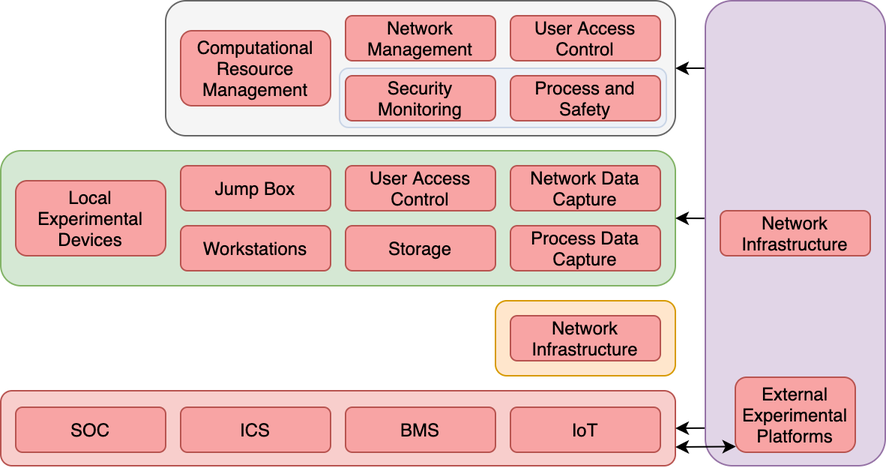
Before: model-breakdown.png, a diagram exported from draw.io (lancaster-ics-testbed/lancaster-ics-testbed.github.io). Source tidied: cells renumbered, new cells last; positions are measured from the earlier drawing's top-left corner, leaving out a move shared by most shapes. The source it was exported from:
```xml
<mxGraphModel>
  <root>
    <mxCell id="0" />
    <mxCell id="1" parent="0" />
    <mxCell id="2" style="rounded=1;whiteSpace=wrap;html=1;fillColor=#f8cecc;strokeColor=#b85450;" parent="1" vertex="1">
      <mxGeometry y="260" width="450" height="50" as="geometry" />
    </mxCell>
    <mxCell id="3" style="rounded=1;whiteSpace=wrap;html=1;fillColor=#f5f5f5;strokeColor=#666666;fontColor=#333333;" parent="1" vertex="1">
      <mxGeometry x="110" width="340" height="90" as="geometry" />
    </mxCell>
    <mxCell id="4" style="rounded=1;whiteSpace=wrap;html=1;fillColor=#dae8fc;strokeColor=#6c8ebf;opacity=30;align=left;" parent="1" vertex="1">
      <mxGeometry x="226" y="45" width="218" height="39.5" as="geometry" />
    </mxCell>
    <mxCell id="5" style="rounded=1;whiteSpace=wrap;html=1;fillColor=#e1d5e7;strokeColor=#9673a6;" parent="1" vertex="1">
      <mxGeometry x="470" width="120" height="310" as="geometry" />
    </mxCell>
    <mxCell id="6" style="rounded=1;whiteSpace=wrap;html=1;fillColor=#d5e8d4;strokeColor=#82b366;" parent="1" vertex="1">
      <mxGeometry y="100" width="450" height="90" as="geometry" />
    </mxCell>
    <mxCell id="7" style="rounded=1;whiteSpace=wrap;html=1;fillColor=#ffe6cc;strokeColor=#d79b00;" parent="1" vertex="1">
      <mxGeometry x="330" y="200" width="120" height="50" as="geometry" />
    </mxCell>
    <mxCell id="8" value="&lt;div&gt;External&lt;/div&gt;&lt;div&gt;Experimental&lt;/div&gt;&lt;div&gt;Platforms&lt;br&gt;&lt;/div&gt;" style="rounded=1;whiteSpace=wrap;html=1;fillColor=#F8A4A4;strokeColor=#b85450;" parent="1" vertex="1">
      <mxGeometry x="490" y="251" width="80" height="50" as="geometry" />
    </mxCell>
    <mxCell id="9" value="&lt;div&gt;User Access Control&lt;/div&gt;" style="rounded=1;whiteSpace=wrap;html=1;fillColor=#F8A4A4;strokeColor=#b85450;gradientDirection=east;glass=0;comic=0;shadow=0;" parent="1" vertex="1">
      <mxGeometry x="340" y="10" width="100" height="30" as="geometry" />
    </mxCell>
    <mxCell id="10" value="&lt;div&gt;Network&lt;br&gt;&lt;/div&gt;&lt;div&gt;Management&lt;br&gt;&lt;/div&gt;" style="rounded=1;whiteSpace=wrap;html=1;fillColor=#F8A4A4;strokeColor=#b85450;gradientDirection=east;glass=0;comic=0;shadow=0;" parent="1" vertex="1">
      <mxGeometry x="230" y="10" width="100" height="30" as="geometry" />
    </mxCell>
    <mxCell id="11" value="Security Monitoring" style="rounded=1;whiteSpace=wrap;html=1;fillColor=#F8A4A4;strokeColor=#b85450;gradientDirection=east;glass=0;comic=0;shadow=0;" parent="1" vertex="1">
      <mxGeometry x="230" y="50" width="100" height="30" as="geometry" />
    </mxCell>
    <mxCell id="12" value="&lt;div&gt;Process and&lt;/div&gt;&lt;div&gt;Safety&lt;br&gt;&lt;/div&gt;" style="rounded=1;whiteSpace=wrap;html=1;fillColor=#F8A4A4;strokeColor=#b85450;gradientDirection=east;glass=0;comic=0;shadow=0;" parent="1" vertex="1">
      <mxGeometry x="340" y="50" width="100" height="30" as="geometry" />
    </mxCell>
    <mxCell id="13" value="Local Experimental Devices" style="rounded=1;whiteSpace=wrap;html=1;fillColor=#F8A4A4;strokeColor=#b85450;gradientDirection=east;glass=0;comic=0;shadow=0;" parent="1" vertex="1">
      <mxGeometry x="10" y="120" width="100" height="50" as="geometry" />
    </mxCell>
    <mxCell id="14" value="Jump Box" style="rounded=1;whiteSpace=wrap;html=1;fillColor=#F8A4A4;strokeColor=#b85450;gradientDirection=east;glass=0;comic=0;shadow=0;" parent="1" vertex="1">
      <mxGeometry x="120" y="110" width="100" height="30" as="geometry" />
    </mxCell>
    <mxCell id="15" value="Process Data Capture" style="rounded=1;whiteSpace=wrap;html=1;fillColor=#F8A4A4;strokeColor=#b85450;gradientDirection=east;glass=0;comic=0;shadow=0;" parent="1" vertex="1">
      <mxGeometry x="340" y="150" width="100" height="30" as="geometry" />
    </mxCell>
    <mxCell id="16" value="&lt;div&gt;Network Data Capture&lt;br&gt;&lt;/div&gt;" style="rounded=1;whiteSpace=wrap;html=1;fillColor=#F8A4A4;strokeColor=#b85450;gradientDirection=east;glass=0;comic=0;shadow=0;" parent="1" vertex="1">
      <mxGeometry x="340" y="110" width="100" height="30" as="geometry" />
    </mxCell>
    <mxCell id="17" value="Storage" style="rounded=1;whiteSpace=wrap;html=1;fillColor=#F8A4A4;strokeColor=#b85450;gradientDirection=east;glass=0;comic=0;shadow=0;" parent="1" vertex="1">
      <mxGeometry x="230" y="150" width="100" height="30" as="geometry" />
    </mxCell>
    <mxCell id="18" value="Workstations" style="rounded=1;whiteSpace=wrap;html=1;fillColor=#F8A4A4;strokeColor=#b85450;gradientDirection=east;glass=0;comic=0;shadow=0;" parent="1" vertex="1">
      <mxGeometry x="120" y="150" width="100" height="30" as="geometry" />
    </mxCell>
    <mxCell id="19" value="User Access Control" style="rounded=1;whiteSpace=wrap;html=1;fillColor=#F8A4A4;strokeColor=#b85450;gradientDirection=east;glass=0;comic=0;shadow=0;" parent="1" vertex="1">
      <mxGeometry x="230" y="110" width="100" height="30" as="geometry" />
    </mxCell>
    <mxCell id="20" value="Network Infrastructure" style="rounded=1;whiteSpace=wrap;html=1;fillColor=#F8A4A4;strokeColor=#b85450;gradientDirection=east;glass=0;comic=0;shadow=0;" parent="1" vertex="1">
      <mxGeometry x="340" y="210" width="100" height="30" as="geometry" />
    </mxCell>
    <mxCell id="21" value="SOC" style="rounded=1;whiteSpace=wrap;html=1;fillColor=#F8A4A4;strokeColor=#b85450;gradientDirection=east;glass=0;comic=0;shadow=0;" parent="1" vertex="1">
      <mxGeometry x="10" y="271" width="100" height="30" as="geometry" />
    </mxCell>
    <mxCell id="22" value="ICS" style="rounded=1;whiteSpace=wrap;html=1;fillColor=#F8A4A4;strokeColor=#b85450;gradientDirection=east;glass=0;comic=0;shadow=0;" parent="1" vertex="1">
      <mxGeometry x="120" y="271" width="100" height="30" as="geometry" />
    </mxCell>
    <mxCell id="23" value="BMS" style="rounded=1;whiteSpace=wrap;html=1;fillColor=#F8A4A4;strokeColor=#b85450;gradientDirection=east;glass=0;comic=0;shadow=0;" parent="1" vertex="1">
      <mxGeometry x="230" y="271" width="100" height="30" as="geometry" />
    </mxCell>
    <mxCell id="24" value="&lt;div&gt;IoT&lt;br&gt;&lt;/div&gt;" style="rounded=1;whiteSpace=wrap;html=1;fillColor=#F8A4A4;strokeColor=#b85450;gradientDirection=east;glass=0;comic=0;shadow=0;" parent="1" vertex="1">
      <mxGeometry x="340" y="271" width="100" height="30" as="geometry" />
    </mxCell>
    <mxCell id="25" style="endArrow=classic;startArrow=classic;html=1;entryX=0.005;entryY=0.924;entryDx=0;entryDy=0;entryPerimeter=0;exitX=1;exitY=0.75;exitDx=0;exitDy=0;" parent="1" edge="1" source="2" target="8">
      <mxGeometry relative="1" as="geometry" />
    </mxCell>
    <mxCell id="26" style="endArrow=none;startArrow=classic;html=1;endFill=0;exitX=1;exitY=0.5;exitDx=0;exitDy=0;entryX=-0.005;entryY=0.468;entryDx=0;entryDy=0;entryPerimeter=0;" parent="1" edge="1" source="6" target="5">
      <mxGeometry relative="1" as="geometry" />
    </mxCell>
    <mxCell id="27" style="endArrow=none;startArrow=classic;html=1;startFill=1;endFill=0;exitX=1;exitY=0.5;exitDx=0;exitDy=0;entryX=-0.004;entryY=0.919;entryDx=0;entryDy=0;entryPerimeter=0;" parent="1" edge="1" source="2" target="5">
      <mxGeometry relative="1" as="geometry" />
    </mxCell>
    <mxCell id="28" value="Network Infrastructure" style="rounded=1;whiteSpace=wrap;html=1;fillColor=#F8A4A4;strokeColor=#b85450;gradientDirection=east;glass=0;comic=0;shadow=0;" parent="1" vertex="1">
      <mxGeometry x="480" y="140" width="100" height="30" as="geometry" />
    </mxCell>
    <mxCell id="29" value="Computational Resource Management" style="rounded=1;whiteSpace=wrap;html=1;fillColor=#F8A4A4;strokeColor=#b85450;gradientDirection=east;glass=0;comic=0;shadow=0;" parent="1" vertex="1">
      <mxGeometry x="120" y="20" width="100" height="50" as="geometry" />
    </mxCell>
    <mxCell id="30" style="endArrow=classic;html=1;entryX=1;entryY=0.5;entryDx=0;entryDy=0;exitX=-0.005;exitY=0.145;exitDx=0;exitDy=0;exitPerimeter=0;" parent="1" edge="1" source="5" target="3">
      <mxGeometry relative="1" as="geometry" />
    </mxCell>
  </root>
</mxGraphModel>
```
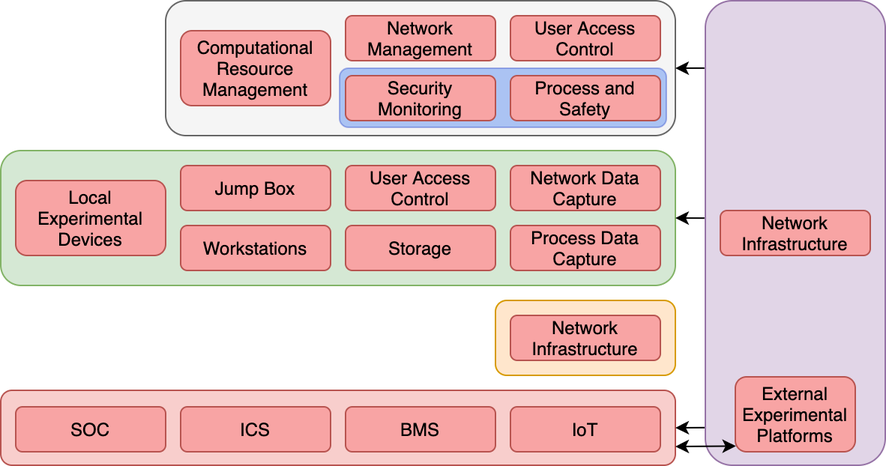
The same file after the commit.

What changed in the source:
```diff
@@ -8,7 +8,7 @@
     <mxCell id="3" style="rounded=1;whiteSpace=wrap;html=1;fillColor=#f5f5f5;strokeColor=#666666;fontColor=#333333;" parent="1" vertex="1">
       <mxGeometry x="110" width="340" height="90" as="geometry" />
     </mxCell>
-    <mxCell id="4" style="rounded=1;whiteSpace=wrap;html=1;fillColor=#dae8fc;strokeColor=#6c8ebf;opacity=30;align=left;" parent="1" vertex="1">
+    <mxCell id="4" style="rounded=1;whiteSpace=wrap;html=1;fillColor=#0050ef;strokeColor=#001DBC;opacity=30;align=left;fontColor=#ffffff;" parent="1" vertex="1">
       <mxGeometry x="226" y="45" width="218" height="39.5" as="geometry" />
     </mxCell>
     <mxCell id="5" style="rounded=1;whiteSpace=wrap;html=1;fillColor=#e1d5e7;strokeColor=#9673a6;" parent="1" vertex="1">
```
